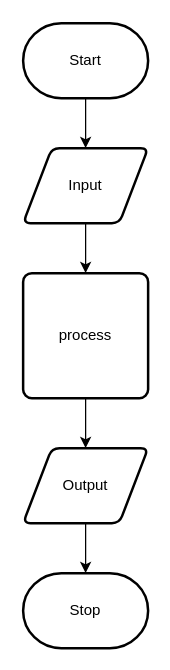
Earlier version of the draw.io diagram design/flow-chart.drawio (Justin-Lavoie16/Unit-6-04-JS). Source tidied: cells renumbered, new cells numbered last; positions are measured from the earlier drawing's top-left corner, leaving out a move shared by most shapes. Both pictures are drawn from the tidied source at 125%, with x=0, y=0 at pixel (22, 22).
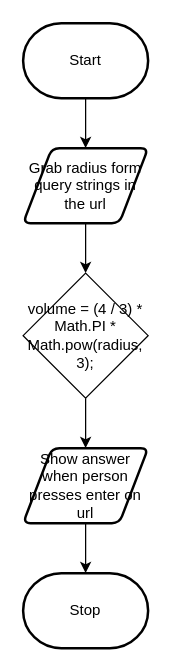
After the change.

Diff of the diagram source:
```diff
@@
 <mxGraphModel>
   <root>
     <mxCell id="0" />
     <mxCell id="1" parent="0" />
     <mxCell id="2" style="edgeStyle=none;html=1;" parent="1" edge="1" source="3" target="5">
       <mxGeometry relative="1" as="geometry" />
     </mxCell>
     <mxCell id="3" value="Start" style="strokeWidth=2;html=1;shape=mxgraph.flowchart.terminator;whiteSpace=wrap;" parent="1" vertex="1">
       <mxGeometry width="100" height="60" as="geometry" />
     </mxCell>
-    <mxCell id="4" style="edgeStyle=none;html=1;" parent="1" edge="1" source="5" target="7">
-      <mxGeometry relative="1" as="geometry" />
+    <mxCell id="4" style="edgeStyle=none;html=1;" parent="1" edge="1" source="5">
+      <mxGeometry relative="1" as="geometry">
+        <mxPoint x="50" y="200" as="targetPoint" />
+      </mxGeometry>
     </mxCell>
-    <mxCell id="5" value="Input" style="shape=parallelogram;html=1;strokeWidth=2;perimeter=parallelogramPerimeter;whiteSpace=wrap;rounded=1;arcSize=12;size=0.23;" parent="1" vertex="1">
+    <mxCell id="5" value="Grab radius form query strings in the url" style="shape=parallelogram;html=1;strokeWidth=2;perimeter=parallelogramPerimeter;whiteSpace=wrap;rounded=1;arcSize=12;size=0.23;" parent="1" vertex="1">
       <mxGeometry y="100" width="100" height="60" as="geometry" />
     </mxCell>
-    <mxCell id="6" style="edgeStyle=none;html=1;" parent="1" edge="1" source="7" target="9">
-      <mxGeometry relative="1" as="geometry" />
-    </mxCell>
-    <mxCell id="7" value="process" style="rounded=1;whiteSpace=wrap;html=1;absoluteArcSize=1;arcSize=14;strokeWidth=2;" parent="1" vertex="1">
-      <mxGeometry y="200" width="100" height="100" as="geometry" />
-    </mxCell>
     <mxCell id="8" style="edgeStyle=none;html=1;" parent="1" edge="1" source="9" target="10">
       <mxGeometry relative="1" as="geometry" />
     </mxCell>
-    <mxCell id="9" value="Output" style="shape=parallelogram;html=1;strokeWidth=2;perimeter=parallelogramPerimeter;whiteSpace=wrap;rounded=1;arcSize=12;size=0.23;" parent="1" vertex="1">
+    <mxCell id="9" value="Show answer when person presses enter on url" style="shape=parallelogram;html=1;strokeWidth=2;perimeter=parallelogramPerimeter;whiteSpace=wrap;rounded=1;arcSize=12;size=0.23;" parent="1" vertex="1">
       <mxGeometry y="340" width="100" height="60" as="geometry" />
     </mxCell>
     <mxCell id="10" value="Stop" style="strokeWidth=2;html=1;shape=mxgraph.flowchart.terminator;whiteSpace=wrap;" parent="1" vertex="1">
       <mxGeometry y="440" width="100" height="60" as="geometry" />
     </mxCell>
+    <mxCell id="11" style="edgeStyle=none;html=1;" parent="1" edge="1" source="12" target="9">
+      <mxGeometry relative="1" as="geometry" />
+    </mxCell>
+    <mxCell id="12" value="volume = (4 / 3) * Math.PI * Math.pow(radius, 3);" style="rhombus;whiteSpace=wrap;html=1;" parent="1" vertex="1">
+      <mxGeometry y="200" width="100" height="100" as="geometry" />
+    </mxCell>
   </root>
 </mxGraphModel>
```
